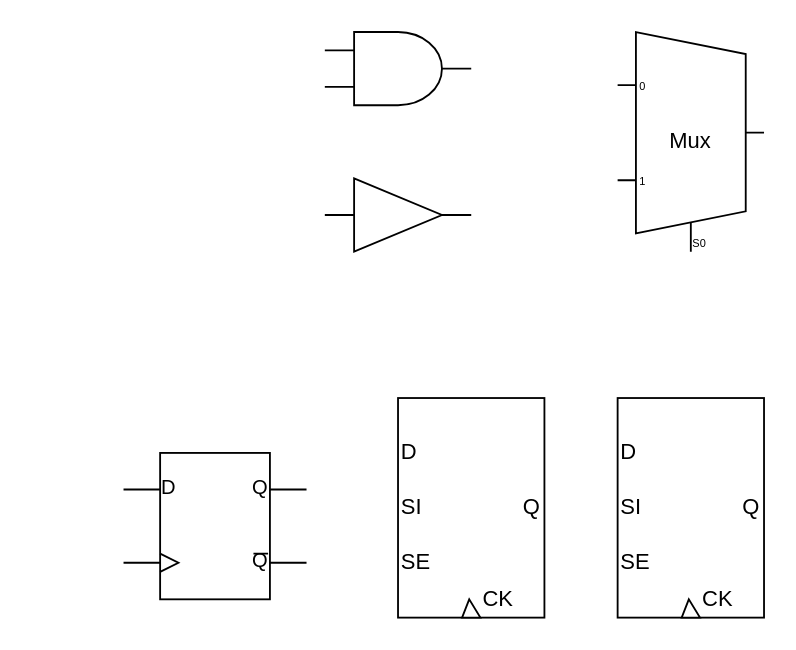
Before: control_point.drawio in Gao-June/TCP_IP_network-programming, a draw.io diagram. Source tidied: cells renumbered, new cells numbered last; positions are measured from the earlier drawing's top-left corner, leaving out a move shared by most shapes. Both pictures are drawn from the tidied source at 183%, with x=0, y=0 at pixel (123, 31).
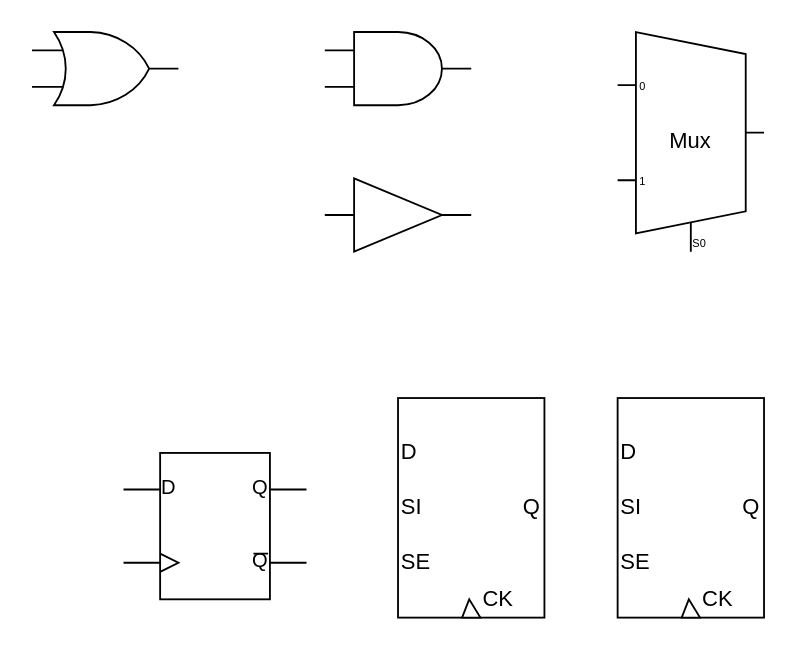
The same diagram, later.

The edit, as a diff of the source:
```diff
@@
+    <mxCell id="22" style="verticalLabelPosition=bottom;shadow=0;dashed=0;align=center;html=1;verticalAlign=top;shape=mxgraph.electrical.logic_gates.logic_gate;operation=or;" parent="1" vertex="1">
+      <mxGeometry x="-50" width="80" height="40" as="geometry" />
+    </mxCell>
```
